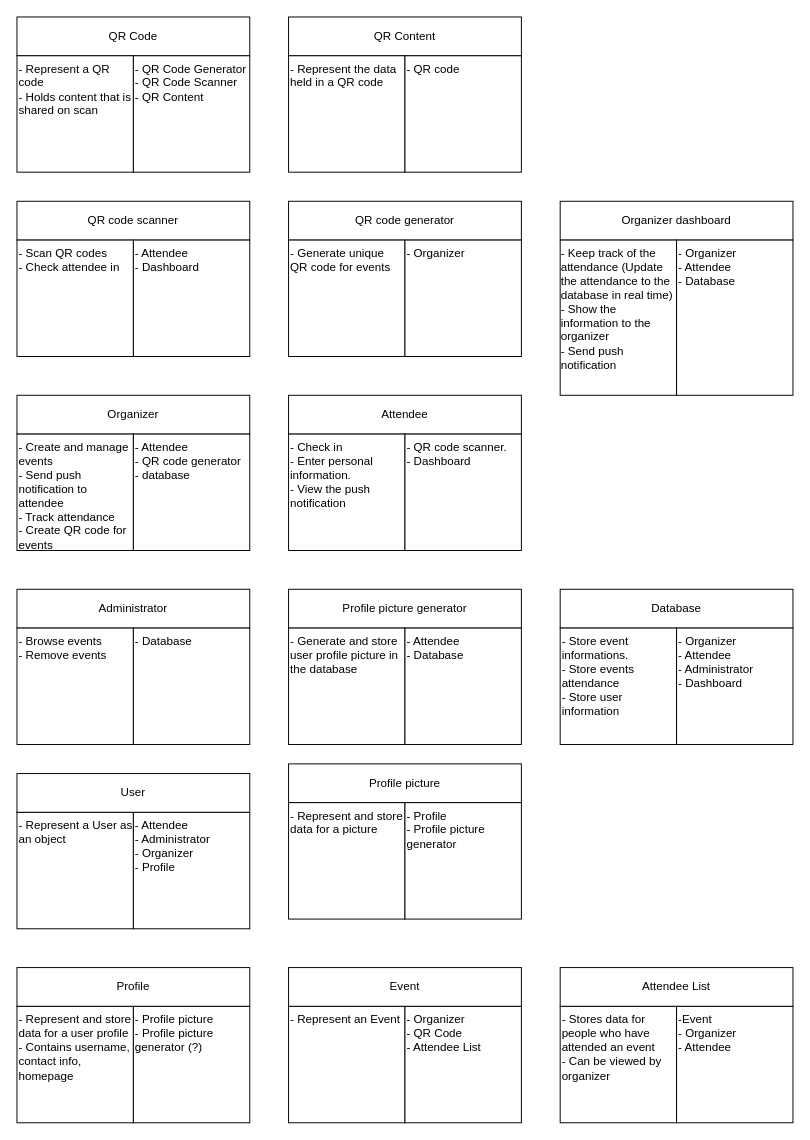
This is CRC.drawio from CMPUT301W24T20/Lins-Second-Strongest-Students, a draw.io file, before an edit. Source tidied: cells renumbered, new cells numbered last; positions are measured from the earlier drawing's top-left corner, leaving out a move shared by most shapes. Both pictures are drawn from the tidied source at 97%, with x=0, y=0 at pixel (16, 16).
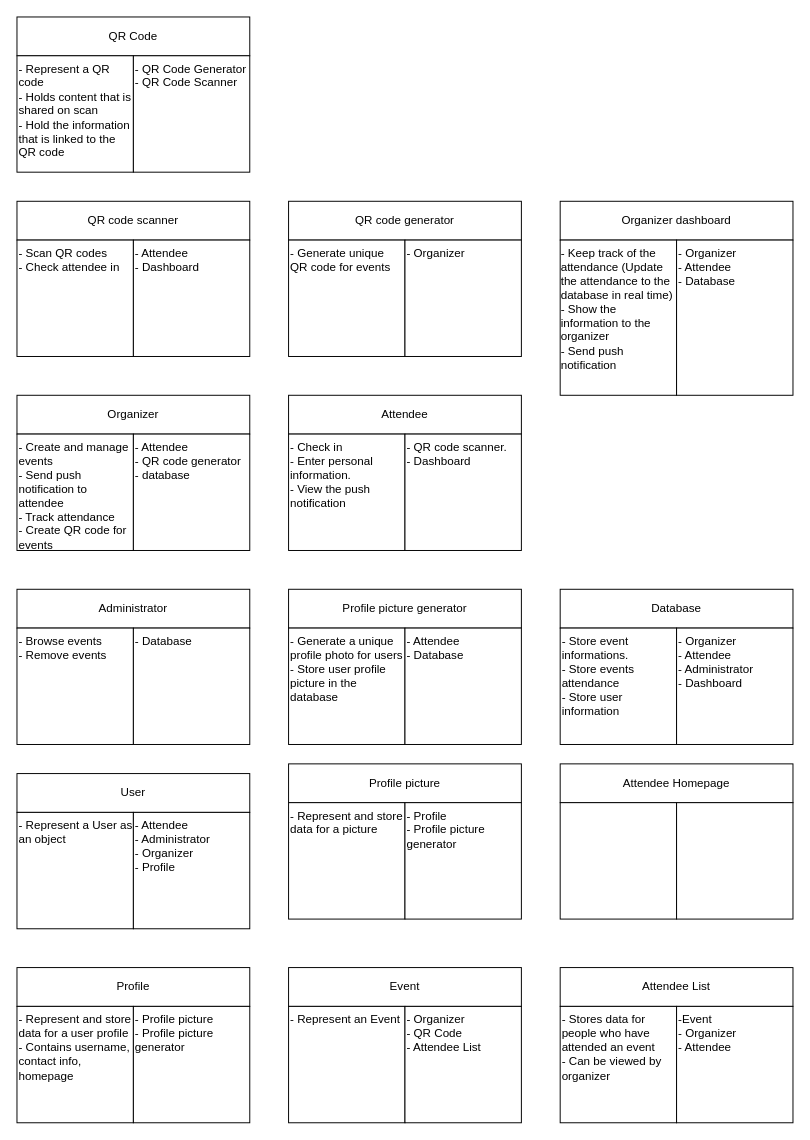
The same diagram, later.

Unchanged cells that the change refers to:
```xml
<mxCell id="22" style="group;" parent="1" vertex="1">
  <mxGeometry x="280" y="590" width="240" height="160" as="geometry" />
</mxCell>
<mxCell id="34" style="group;align=left;verticalAlign=top;" parent="1" vertex="1">
  <mxGeometry width="240" height="160" as="geometry" />
</mxCell>
<mxCell id="46" style="group;" parent="1" vertex="1">
  <mxGeometry y="980" width="240" height="160" as="geometry" />
</mxCell>
```

Diff of the diagram source:
```diff
@@
-    <mxCell id="24" value="- Generate and store user profile picture in the database&amp;nbsp;" style="rounded=0;whiteSpace=wrap;html=1;align=left;verticalAlign=top;" parent="22" vertex="1">
+    <mxCell id="24" value="- Generate a unique profile photo for users&lt;br&gt;- Store user profile picture in the database&amp;nbsp;" style="rounded=0;whiteSpace=wrap;html=1;align=left;verticalAlign=top;" parent="22" vertex="1">
       <mxGeometry y="40" width="120" height="120" as="geometry" />
     </mxCell>
@@
-    <mxCell id="36" value="- Represent a QR code&lt;br&gt;- Holds content that is shared on scan" style="rounded=0;whiteSpace=wrap;html=1;verticalAlign=top;align=left;" parent="34" vertex="1">
+    <mxCell id="36" value="- Represent a QR code&lt;br&gt;- Holds content that is shared on scan&lt;br&gt;- Hold the information that is linked to the QR code&amp;nbsp;" style="rounded=0;whiteSpace=wrap;html=1;verticalAlign=top;align=left;" parent="34" vertex="1">
       <mxGeometry y="40" width="120" height="120" as="geometry" />
     </mxCell>
-    <mxCell id="37" value="- QR Code Generator&lt;br&gt;- QR Code Scanner&lt;br&gt;- QR Content" style="rounded=0;whiteSpace=wrap;html=1;verticalAlign=top;align=left;" parent="34" vertex="1">
+    <mxCell id="37" value="- QR Code Generator&lt;br&gt;- QR Code Scanner&lt;br&gt;" style="rounded=0;whiteSpace=wrap;html=1;verticalAlign=top;align=left;" parent="34" vertex="1">
       <mxGeometry x="120" y="40" width="120" height="120" as="geometry" />
     </mxCell>
-    <mxCell id="38" style="group;align=left;verticalAlign=top;" parent="1" vertex="1">
-      <mxGeometry x="280" width="240" height="160" as="geometry" />
-    </mxCell>
-    <mxCell id="39" value="QR Content" style="rounded=0;whiteSpace=wrap;html=1;" parent="38" vertex="1">
-      <mxGeometry width="240" height="40" as="geometry" />
-    </mxCell>
-    <mxCell id="40" value="- Represent the data held in a QR code" style="rounded=0;whiteSpace=wrap;html=1;verticalAlign=top;align=left;" parent="38" vertex="1">
-      <mxGeometry y="40" width="120" height="120" as="geometry" />
-    </mxCell>
-    <mxCell id="41" value="- QR code" style="rounded=0;whiteSpace=wrap;html=1;verticalAlign=top;align=left;" parent="38" vertex="1">
-      <mxGeometry x="120" y="40" width="120" height="120" as="geometry" />
-    </mxCell>
@@
-    <mxCell id="49" value="- Profile picture&lt;br&gt;- Profile picture generator (?)" style="rounded=0;whiteSpace=wrap;html=1;align=left;verticalAlign=top;" parent="46" vertex="1">
+    <mxCell id="49" value="- Profile picture&lt;br&gt;- Profile picture generator" style="rounded=0;whiteSpace=wrap;html=1;align=left;verticalAlign=top;" parent="46" vertex="1">
       <mxGeometry x="120" y="40" width="120" height="120" as="geometry" />
     </mxCell>
@@
+    <mxCell id="62" style="group;" parent="1" vertex="1">
+      <mxGeometry x="560" y="770" width="240" height="160" as="geometry" />
+    </mxCell>
+    <mxCell id="63" value="Attendee Homepage" style="rounded=0;whiteSpace=wrap;html=1;" parent="62" vertex="1">
+      <mxGeometry width="240" height="40" as="geometry" />
+    </mxCell>
+    <mxCell id="64" style="rounded=0;whiteSpace=wrap;html=1;align=left;verticalAlign=top;" parent="62" vertex="1">
+      <mxGeometry y="40" width="120" height="120" as="geometry" />
+    </mxCell>
+    <mxCell id="65" style="rounded=0;whiteSpace=wrap;html=1;align=left;verticalAlign=top;" parent="62" vertex="1">
+      <mxGeometry x="120" y="40" width="120" height="120" as="geometry" />
+    </mxCell>
```
